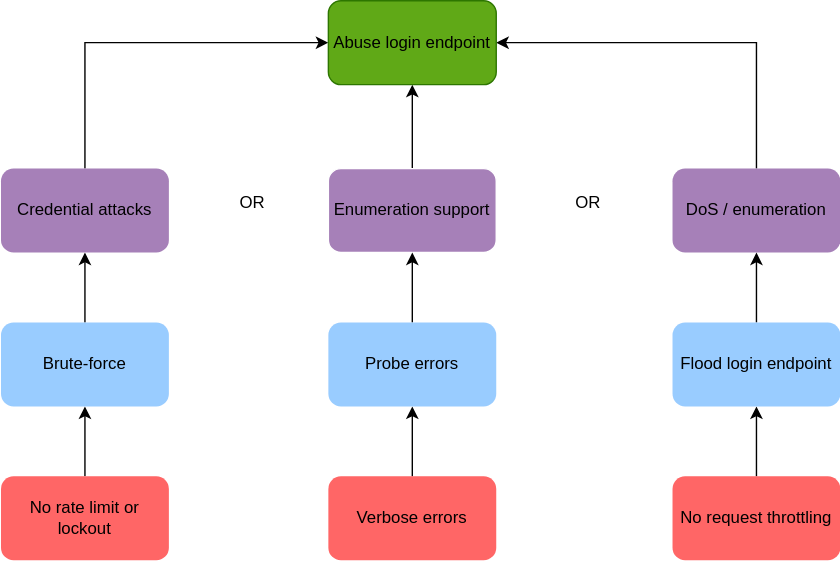
mei-desofs/desofs2026-thu_crr_1 keeps this draw.io diagram as docs/attack-trees/diogo1221223/images/User_Login-v2.drawio.svg. Above is the earlier version. Source tidied: cells renumbered, new cells last; positions are measured from the earlier drawing's top-left corner, leaving out a move shared by most shapes. Its diagram source:
```xml
<mxGraphModel>
  <root>
    <mxCell id="0" />
    <mxCell id="1" parent="0" />
    <mxCell id="2" style="edgeStyle=orthogonalEdgeStyle;rounded=0;jettySize=auto;html=1;exitX=0.5;exitY=0;exitDx=0;exitDy=0;entryX=0;entryY=0.5;entryDx=0;entryDy=0;fontColor=light-dark(#000000,#000000);" parent="1" edge="1" source="8" target="7">
      <mxGeometry relative="1" as="geometry">
        <Array as="points">
          <mxPoint x="60" y="30" />
        </Array>
      </mxGeometry>
    </mxCell>
    <mxCell id="3" style="edgeStyle=orthogonalEdgeStyle;rounded=0;jettySize=auto;html=1;exitX=0.5;exitY=0;exitDx=0;exitDy=0;entryX=0.5;entryY=1;entryDx=0;entryDy=0;fontColor=light-dark(#000000,#000000);" parent="1" edge="1" source="9" target="7">
      <mxGeometry relative="1" as="geometry" />
    </mxCell>
    <mxCell id="4" style="edgeStyle=orthogonalEdgeStyle;rounded=0;jettySize=auto;html=1;exitX=0.5;exitY=0;exitDx=0;exitDy=0;entryX=1;entryY=0.5;entryDx=0;entryDy=0;fontColor=light-dark(#000000,#000000);" parent="1" edge="1" source="10" target="7">
      <mxGeometry relative="1" as="geometry" />
    </mxCell>
    <mxCell id="5" style="edgeStyle=orthogonalEdgeStyle;rounded=0;jettySize=auto;html=1;exitX=0.5;exitY=0;exitDx=0;exitDy=0;fontColor=light-dark(#000000,#000000);" parent="1" edge="1" source="11">
      <mxGeometry relative="1" as="geometry">
        <mxPoint x="60" y="180" as="targetPoint" />
        <Array as="points">
          <mxPoint x="60" y="220" />
          <mxPoint x="60" y="220" />
        </Array>
      </mxGeometry>
    </mxCell>
    <mxCell id="6" style="edgeStyle=orthogonalEdgeStyle;rounded=0;jettySize=auto;html=1;exitX=0.5;exitY=0;exitDx=0;exitDy=0;entryX=0.5;entryY=1;entryDx=0;entryDy=0;fontColor=light-dark(#000000,#000000);" parent="1" edge="1" target="11">
      <mxGeometry relative="1" as="geometry">
        <mxPoint x="60" y="340" as="sourcePoint" />
      </mxGeometry>
    </mxCell>
    <mxCell id="7" value="Abuse login endpoint" style="rounded=1;whiteSpace=wrap;html=1;fillColor=#60a917;strokeColor=#2D7600;fontColor=light-dark(#000000,#000000);" parent="1" vertex="1">
      <mxGeometry x="234" width="120" height="60" as="geometry" />
    </mxCell>
    <mxCell id="8" value="Credential attacks" style="rounded=1;whiteSpace=wrap;html=1;fillColor=#A680B8;strokeColor=none;fontColor=light-dark(#000000,#000000);" parent="1" vertex="1">
      <mxGeometry y="120" width="120" height="60" as="geometry" />
    </mxCell>
    <mxCell id="9" value="Enumeration support" style="rounded=1;whiteSpace=wrap;html=1;fillColor=#A680B8;strokeColor=#FFFFFF;fontColor=light-dark(#000000,#000000);" parent="1" vertex="1">
      <mxGeometry x="234" y="120" width="120" height="60" as="geometry" />
    </mxCell>
    <mxCell id="10" value="DoS / enumeration" style="rounded=1;whiteSpace=wrap;html=1;fillColor=#A680B8;strokeColor=none;fontColor=light-dark(#000000,#000000);" parent="1" vertex="1">
      <mxGeometry x="480" y="120" width="120" height="60" as="geometry" />
    </mxCell>
    <mxCell id="11" value="&lt;div style=&quot;&quot;&gt;Brute-force&lt;/div&gt;" style="rounded=1;whiteSpace=wrap;html=1;fillColor=#99CCFF;align=center;strokeColor=none;fontColor=light-dark(#000000,#000000);" parent="1" vertex="1">
      <mxGeometry y="230" width="120" height="60" as="geometry" />
    </mxCell>
    <mxCell id="12" value="No rate limit or lockout" style="rounded=1;whiteSpace=wrap;html=1;fillColor=#FF6666;strokeColor=none;fontColor=light-dark(#000000,#000000);" parent="1" vertex="1">
      <mxGeometry y="340" width="120" height="60" as="geometry" />
    </mxCell>
    <mxCell id="13" value="OR" style="text;html=1;whiteSpace=wrap;strokeColor=none;fillColor=none;align=center;verticalAlign=middle;rounded=0;fontColor=light-dark(#000000,#FFFFFF);" parent="1" vertex="1">
      <mxGeometry x="150" y="130" width="60" height="30" as="geometry" />
    </mxCell>
    <mxCell id="14" value="OR" style="text;html=1;whiteSpace=wrap;strokeColor=none;fillColor=none;align=center;verticalAlign=middle;rounded=0;fontColor=light-dark(#000000,#FFFFFF);" parent="1" vertex="1">
      <mxGeometry x="390" y="130" width="60" height="30" as="geometry" />
    </mxCell>
    <mxCell id="15" style="edgeStyle=orthogonalEdgeStyle;rounded=0;jettySize=auto;html=1;exitX=0.5;exitY=0;exitDx=0;exitDy=0;fontColor=light-dark(#000000,#000000);" parent="1" edge="1" source="17">
      <mxGeometry relative="1" as="geometry">
        <mxPoint x="540" y="180" as="targetPoint" />
        <Array as="points">
          <mxPoint x="540" y="220" />
          <mxPoint x="540" y="220" />
        </Array>
      </mxGeometry>
    </mxCell>
    <mxCell id="16" style="edgeStyle=orthogonalEdgeStyle;rounded=0;jettySize=auto;html=1;exitX=0.5;exitY=0;exitDx=0;exitDy=0;entryX=0.5;entryY=1;entryDx=0;entryDy=0;fontColor=light-dark(#000000,#000000);" parent="1" edge="1" target="17">
      <mxGeometry relative="1" as="geometry">
        <mxPoint x="540" y="340" as="sourcePoint" />
      </mxGeometry>
    </mxCell>
    <mxCell id="17" value="Flood login endpoint" style="rounded=1;whiteSpace=wrap;html=1;fillColor=#99CCFF;align=center;strokeColor=none;fontColor=light-dark(#000000,#000000);" parent="1" vertex="1">
      <mxGeometry x="480" y="230" width="120" height="60" as="geometry" />
    </mxCell>
    <mxCell id="18" value="No request throttling" style="rounded=1;whiteSpace=wrap;html=1;fillColor=#FF6666;strokeColor=none;fontColor=light-dark(#000000,#000000);" parent="1" vertex="1">
      <mxGeometry x="480" y="340" width="120" height="60" as="geometry" />
    </mxCell>
    <mxCell id="19" style="edgeStyle=orthogonalEdgeStyle;rounded=0;jettySize=auto;html=1;exitX=0.5;exitY=0;exitDx=0;exitDy=0;entryX=0.5;entryY=1;entryDx=0;entryDy=0;fontColor=light-dark(#000000,#000000);" parent="1" edge="1" source="22" target="21">
      <mxGeometry relative="1" as="geometry" />
    </mxCell>
    <mxCell id="20" style="edgeStyle=orthogonalEdgeStyle;rounded=0;jettySize=auto;html=1;" parent="1" edge="1" source="21" target="9">
      <mxGeometry relative="1" as="geometry" />
    </mxCell>
    <mxCell id="21" value="Probe errors" style="rounded=1;whiteSpace=wrap;html=1;fillColor=#99CCFF;align=center;strokeColor=none;fontColor=light-dark(#000000,#000000);" parent="1" vertex="1">
      <mxGeometry x="234" y="230" width="120" height="60" as="geometry" />
    </mxCell>
    <mxCell id="22" value="Verbose errors" style="rounded=1;whiteSpace=wrap;html=1;fillColor=#FF6666;strokeColor=none;fontColor=light-dark(#000000,#000000);" parent="1" vertex="1">
      <mxGeometry x="234" y="340" width="120" height="60" as="geometry" />
    </mxCell>
  </root>
</mxGraphModel>
```
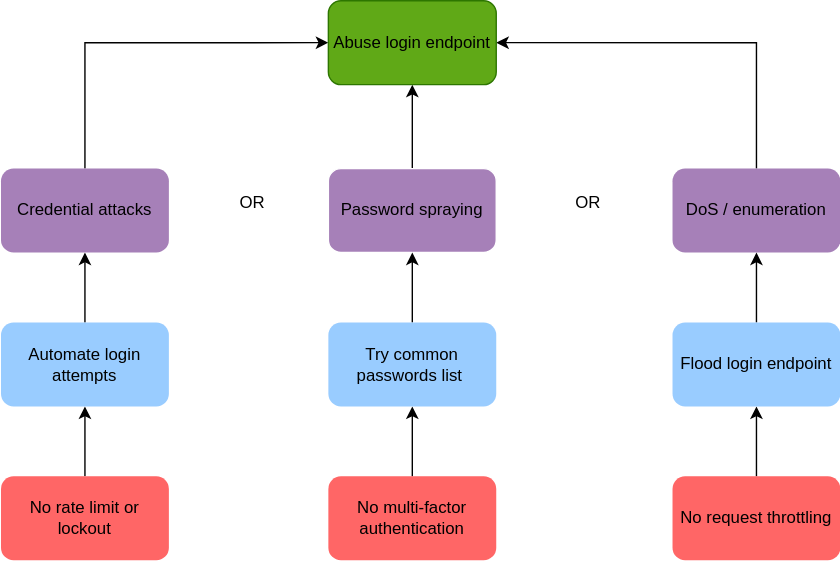
The same file after the commit.

Change to the diagram source:
```diff
@@ -35,13 +35,13 @@
     <mxCell id="8" value="Credential attacks" style="rounded=1;whiteSpace=wrap;html=1;fillColor=#A680B8;strokeColor=none;fontColor=light-dark(#000000,#000000);" parent="1" vertex="1">
       <mxGeometry y="120" width="120" height="60" as="geometry" />
     </mxCell>
-    <mxCell id="9" value="Enumeration support" style="rounded=1;whiteSpace=wrap;html=1;fillColor=#A680B8;strokeColor=#FFFFFF;fontColor=light-dark(#000000,#000000);" parent="1" vertex="1">
+    <mxCell id="9" value="Password spraying" style="rounded=1;whiteSpace=wrap;html=1;fillColor=#A680B8;strokeColor=#FFFFFF;fontColor=light-dark(#000000,#000000);" parent="1" vertex="1">
       <mxGeometry x="234" y="120" width="120" height="60" as="geometry" />
     </mxCell>
     <mxCell id="10" value="DoS / enumeration" style="rounded=1;whiteSpace=wrap;html=1;fillColor=#A680B8;strokeColor=none;fontColor=light-dark(#000000,#000000);" parent="1" vertex="1">
       <mxGeometry x="480" y="120" width="120" height="60" as="geometry" />
     </mxCell>
-    <mxCell id="11" value="&lt;div style=&quot;&quot;&gt;Brute-force&lt;/div&gt;" style="rounded=1;whiteSpace=wrap;html=1;fillColor=#99CCFF;align=center;strokeColor=none;fontColor=light-dark(#000000,#000000);" parent="1" vertex="1">
+    <mxCell id="11" value="Automate login attempts" style="rounded=1;whiteSpace=wrap;html=1;fillColor=#99CCFF;align=center;strokeColor=none;fontColor=light-dark(#000000,#000000);" parent="1" vertex="1">
       <mxGeometry y="230" width="120" height="60" as="geometry" />
     </mxCell>
     <mxCell id="12" value="No rate limit or lockout" style="rounded=1;whiteSpace=wrap;html=1;fillColor=#FF6666;strokeColor=none;fontColor=light-dark(#000000,#000000);" parent="1" vertex="1">
@@ -79,10 +79,10 @@
     <mxCell id="20" style="edgeStyle=orthogonalEdgeStyle;rounded=0;jettySize=auto;html=1;" parent="1" edge="1" source="21" target="9">
       <mxGeometry relative="1" as="geometry" />
     </mxCell>
-    <mxCell id="21" value="Probe errors" style="rounded=1;whiteSpace=wrap;html=1;fillColor=#99CCFF;align=center;strokeColor=none;fontColor=light-dark(#000000,#000000);" parent="1" vertex="1">
+    <mxCell id="21" value="Try common passwords list&amp;nbsp;" style="rounded=1;whiteSpace=wrap;html=1;fillColor=#99CCFF;align=center;strokeColor=none;fontColor=light-dark(#000000,#000000);" parent="1" vertex="1">
       <mxGeometry x="234" y="230" width="120" height="60" as="geometry" />
     </mxCell>
-    <mxCell id="22" value="Verbose errors" style="rounded=1;whiteSpace=wrap;html=1;fillColor=#FF6666;strokeColor=none;fontColor=light-dark(#000000,#000000);" parent="1" vertex="1">
+    <mxCell id="22" value="No multi-factor authentication" style="rounded=1;whiteSpace=wrap;html=1;fillColor=#FF6666;strokeColor=none;fontColor=light-dark(#000000,#000000);" parent="1" vertex="1">
       <mxGeometry x="234" y="340" width="120" height="60" as="geometry" />
     </mxCell>
   </root>
```
